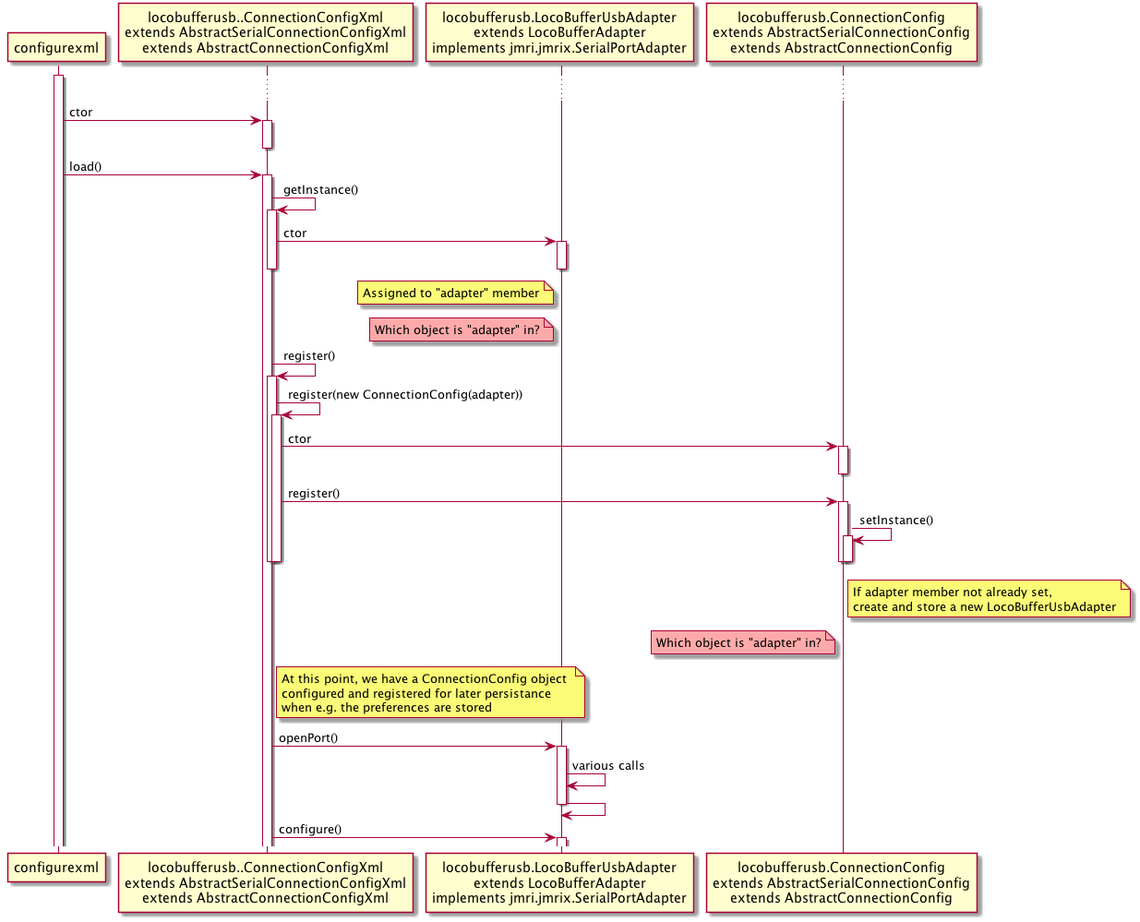
JMRI/JMRI keeps this PlantUML diagram as help/en/html/doc/Technical/images/LocoNetConnectionStartSequence.png. Above is the earlier version.
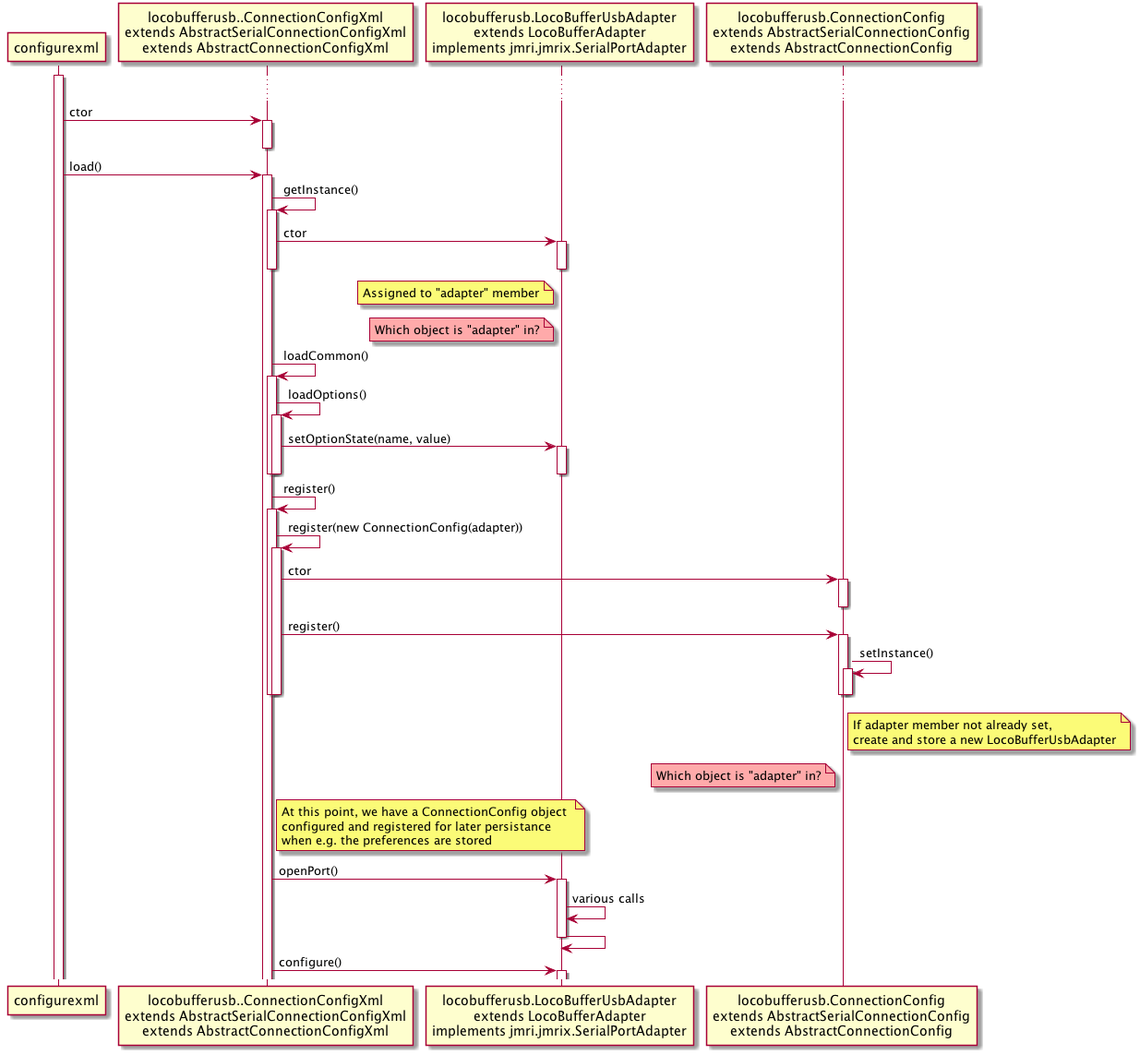
After the change.

Diff of the diagram source:
```diff
@@ -22,6 +22,16 @@
 deactivate LocoBufferUsbAdapter
 note left LocoBufferUsbAdapter: Assigned to "adapter" member
 note left LocoBufferUsbAdapter #FFAAAA: Which object is "adapter" in?
+deactivate ConnectionConfigXml
+
+ConnectionConfigXml -> ConnectionConfigXml : loadCommon()
+activate ConnectionConfigXml
+ConnectionConfigXml -> ConnectionConfigXml : loadOptions()
+activate ConnectionConfigXml
+ConnectionConfigXml -> LocoBufferUsbAdapter : setOptionState(name, value)
+activate LocoBufferUsbAdapter
+deactivate LocoBufferUsbAdapter
+deactivate ConnectionConfigXml
 deactivate ConnectionConfigXml
 
 ConnectionConfigXml -> ConnectionConfigXml : register()
```
